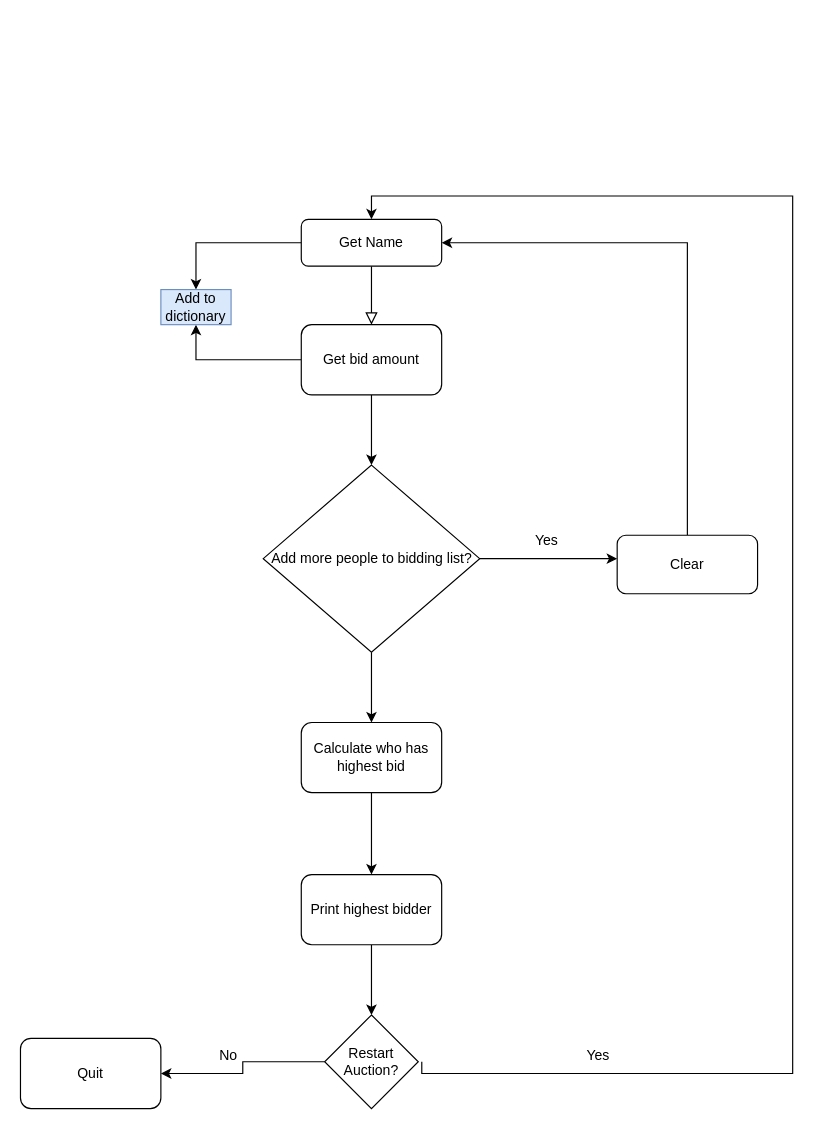
bhanushek/bhanushek.github.io keeps this draw.io diagram as SecretAuction.drawio. Above is the earlier version. Source tidied: cells renumbered, new cells numbered last; positions are measured from the earlier drawing's top-left corner, leaving out a move shared by most shapes. Both pictures are drawn from the tidied source at 117%, with x=0, y=0 at pixel (20, 195).
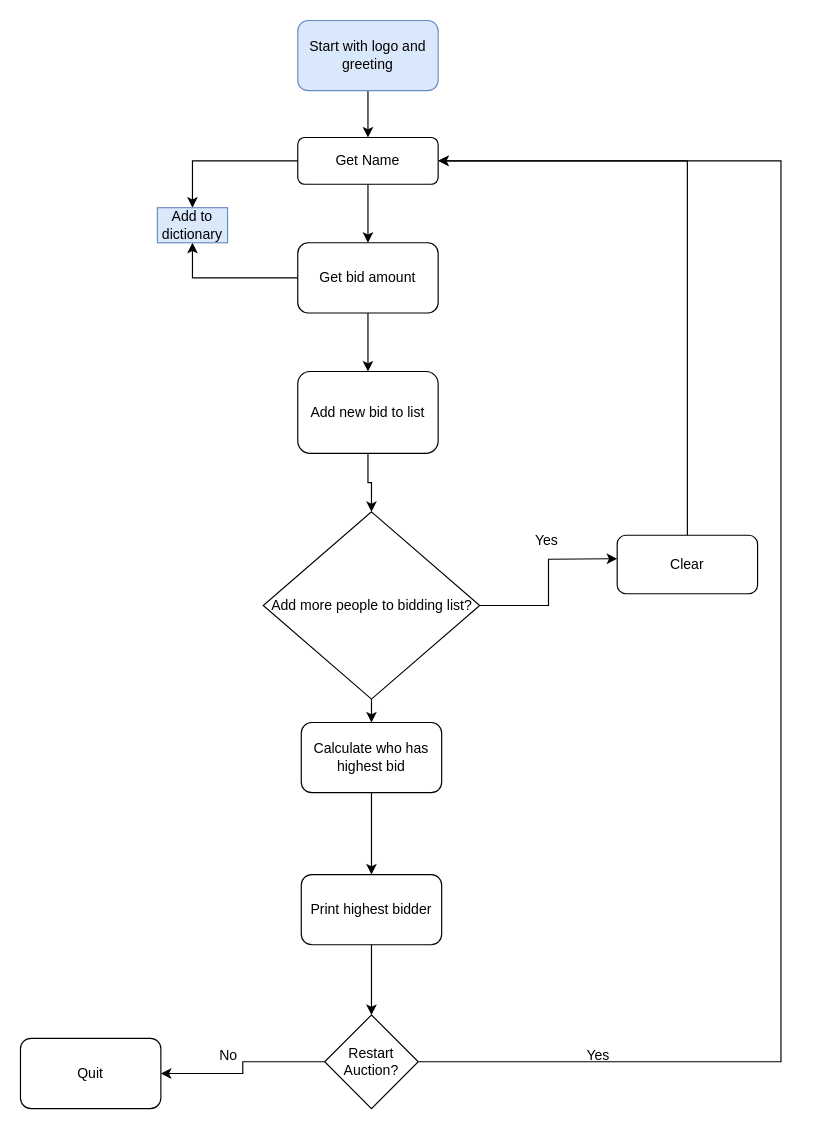
The same diagram, later.

Unchanged cells that the change refers to:
```xml
<mxCell id="24" value="Restart Auction?" style="rhombus;whiteSpace=wrap;html=1;" parent="1" vertex="1">
  <mxGeometry x="260" y="700" width="80" height="80" as="geometry" />
</mxCell>
```

The edit, as a diff of the source:
```diff
@@
-    <mxCell id="2" style="rounded=0;html=1;jettySize=auto;fontSize=11;endArrow=block;endFill=0;endSize=8;strokeWidth=1;shadow=0;labelBackgroundColor=none;edgeStyle=orthogonalEdgeStyle;" parent="1" edge="1" source="4">
-      <mxGeometry relative="1" as="geometry">
-        <mxPoint x="300" y="110" as="targetPoint" />
-      </mxGeometry>
-    </mxCell>
@@
+    <mxCell id="25" style="edgeStyle=orthogonalEdgeStyle;rounded=0;jettySize=auto;html=1;exitX=0.5;exitY=1;exitDx=0;exitDy=0;entryX=0.5;entryY=0;entryDx=0;entryDy=0;" parent="1" edge="1" source="4" target="7">
+      <mxGeometry relative="1" as="geometry" />
+    </mxCell>
     <mxCell id="4" value="Get Name" style="rounded=1;whiteSpace=wrap;html=1;fontSize=12;glass=0;strokeWidth=1;shadow=0;" parent="1" vertex="1">
-      <mxGeometry x="240" y="20" width="120" height="40" as="geometry" />
+      <mxGeometry x="237" y="-50" width="120" height="40" as="geometry" />
     </mxCell>
-    <mxCell id="5" style="edgeStyle=orthogonalEdgeStyle;rounded=0;jettySize=auto;html=1;exitX=0.5;exitY=1;exitDx=0;exitDy=0;entryX=0.5;entryY=0;entryDx=0;entryDy=0;" parent="1" edge="1" source="7">
-      <mxGeometry relative="1" as="geometry">
-        <mxPoint x="300" y="230" as="targetPoint" />
-      </mxGeometry>
-    </mxCell>
@@
+    <mxCell id="26" style="edgeStyle=orthogonalEdgeStyle;rounded=0;jettySize=auto;html=1;exitX=0.5;exitY=1;exitDx=0;exitDy=0;entryX=0.5;entryY=0;entryDx=0;entryDy=0;" parent="1" edge="1" source="7" target="29">
+      <mxGeometry relative="1" as="geometry" />
+    </mxCell>
     <mxCell id="7" value="Get bid amount" style="rounded=1;whiteSpace=wrap;html=1;" parent="1" vertex="1">
-      <mxGeometry x="240" y="110" width="120" height="60" as="geometry" />
+      <mxGeometry x="237" y="40" width="120" height="60" as="geometry" />
     </mxCell>
@@
     <mxCell id="10" value="Add more people to bidding list?" style="rhombus;whiteSpace=wrap;html=1;" parent="1" vertex="1">
-      <mxGeometry x="207.5" y="230" width="185" height="160" as="geometry" />
+      <mxGeometry x="207.5" y="270" width="185" height="160" as="geometry" />
     </mxCell>
@@
     <mxCell id="16" value="Add to dictionary" style="text;html=1;strokeColor=#6c8ebf;fillColor=#dae8fc;align=center;verticalAlign=middle;whiteSpace=wrap;rounded=0;" parent="1" vertex="1">
-      <mxGeometry x="120" y="80" width="60" height="30" as="geometry" />
+      <mxGeometry x="117" y="10" width="60" height="30" as="geometry" />
     </mxCell>
@@
-    <mxCell id="20" style="edgeStyle=orthogonalEdgeStyle;rounded=0;jettySize=auto;html=1;entryX=0.5;entryY=0;entryDx=0;entryDy=0;" parent="1" edge="1" target="4">
-      <mxGeometry relative="1" as="geometry">
-        <mxPoint x="343" y="740" as="sourcePoint" />
-        <Array as="points">
-          <mxPoint x="343" y="750" />
-          <mxPoint x="660" y="750" />
-          <mxPoint x="660" />
-          <mxPoint x="300" />
-        </Array>
-      </mxGeometry>
-    </mxCell>
@@
+    <mxCell id="27" style="edgeStyle=orthogonalEdgeStyle;rounded=0;jettySize=auto;html=1;exitX=1;exitY=0.5;exitDx=0;exitDy=0;entryX=1;entryY=0.5;entryDx=0;entryDy=0;" parent="1" edge="1" source="24" target="4">
+      <mxGeometry relative="1" as="geometry">
+        <Array as="points">
+          <mxPoint x="650" y="740" />
+          <mxPoint x="650" y="-30" />
+        </Array>
+      </mxGeometry>
+    </mxCell>
@@
+    <mxCell id="28" style="edgeStyle=orthogonalEdgeStyle;rounded=0;jettySize=auto;html=1;exitX=0.5;exitY=1;exitDx=0;exitDy=0;entryX=0.5;entryY=0;entryDx=0;entryDy=0;" parent="1" edge="1" source="29" target="10">
+      <mxGeometry relative="1" as="geometry" />
+    </mxCell>
+    <mxCell id="29" value="Add new bid to list" style="rounded=1;whiteSpace=wrap;html=1;" parent="1" vertex="1">
+      <mxGeometry x="237" y="150" width="120" height="70" as="geometry" />
+    </mxCell>
+    <mxCell id="30" style="edgeStyle=orthogonalEdgeStyle;rounded=0;jettySize=auto;html=1;exitX=0.5;exitY=1;exitDx=0;exitDy=0;entryX=0.5;entryY=0;entryDx=0;entryDy=0;" parent="1" edge="1" source="31" target="4">
+      <mxGeometry relative="1" as="geometry" />
+    </mxCell>
+    <mxCell id="31" value="Start with logo and greeting" style="rounded=1;whiteSpace=wrap;html=1;fillColor=#dae8fc;strokeColor=#6c8ebf;" parent="1" vertex="1">
+      <mxGeometry x="237" y="-150" width="120" height="60" as="geometry" />
+    </mxCell>
```
